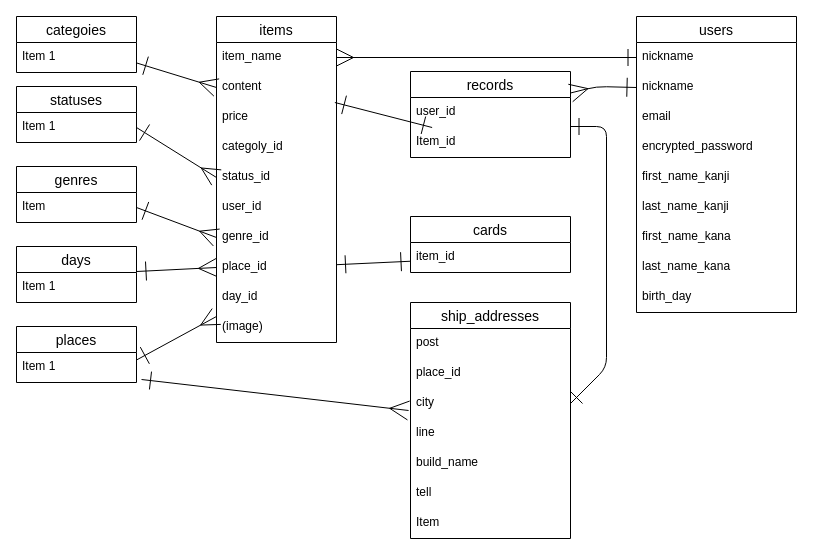
Before: test.dio in nogusan/furima-38428, a draw.io diagram. Source tidied: cells renumbered, new cells numbered last; positions are measured from the earlier drawing's top-left corner, leaving out a move shared by most shapes. Both pictures are drawn from the tidied source at 100%, with x=0, y=0 at pixel (16, 16).
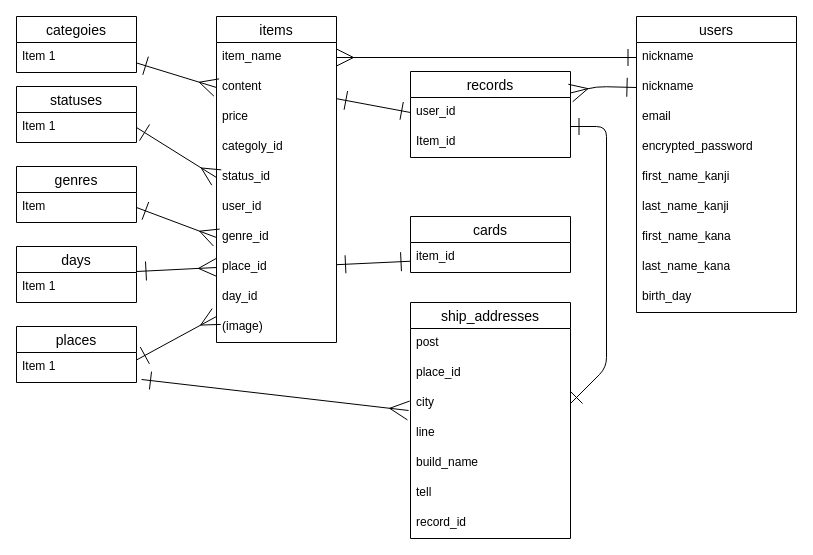
The same page after the edit.

The change refers to these unchanged cells:
```xml
<mxCell id="4" value="content" style="text;strokeColor=none;fillColor=none;spacingLeft=4;spacingRight=4;overflow=hidden;points=[[0,0.5],[1,0.5]];portConstraint=eastwest;fontSize=12;" parent="2" vertex="1">
  <mxGeometry y="56" width="120" height="30" as="geometry" />
</mxCell>
<mxCell id="24" value="ship_addresses" style="swimlane;fontStyle=0;horizontal=1;startSize=26;align=center;fontSize=14;" parent="1" vertex="1">
  <mxGeometry x="394" y="286" width="160" height="236" as="geometry" />
</mxCell>
<mxCell id="48" value="user_id" style="text;strokeColor=none;fillColor=none;spacingLeft=4;spacingRight=4;overflow=hidden;points=[[0,0.5],[1,0.5]];portConstraint=eastwest;fontSize=12;" parent="47" vertex="1">
  <mxGeometry y="26" width="160" height="30" as="geometry" />
</mxCell>
<mxCell id="49" value="Item_id" style="text;strokeColor=none;fillColor=none;spacingLeft=4;spacingRight=4;overflow=hidden;points=[[0,0.5],[1,0.5]];portConstraint=eastwest;fontSize=12;" parent="47" vertex="1">
  <mxGeometry y="56" width="160" height="30" as="geometry" />
</mxCell>
```

What changed in the source:
```diff
@@
-    <mxCell id="31" value="Item" style="text;strokeColor=none;fillColor=none;spacingLeft=4;spacingRight=4;overflow=hidden;fontSize=12;" parent="24" vertex="1">
+    <mxCell id="31" value="record_id" style="text;strokeColor=none;fillColor=none;spacingLeft=4;spacingRight=4;overflow=hidden;fontSize=12;" parent="24" vertex="1">
       <mxGeometry y="206" width="160" height="30" as="geometry" />
     </mxCell>
@@
-    <mxCell id="54" style="edgeStyle=none;html=1;startArrow=ERone;startFill=0;endArrow=ERone;endFill=0;startSize=17;endSize=16;" parent="1" edge="1" source="4" target="49">
+    <mxCell id="54" style="edgeStyle=none;html=1;startArrow=ERone;startFill=0;endArrow=ERone;endFill=0;startSize=17;endSize=16;entryX=0;entryY=0.5;entryDx=0;entryDy=0;" parent="1" edge="1" source="4" target="48">
       <mxGeometry relative="1" as="geometry" />
     </mxCell>
```
